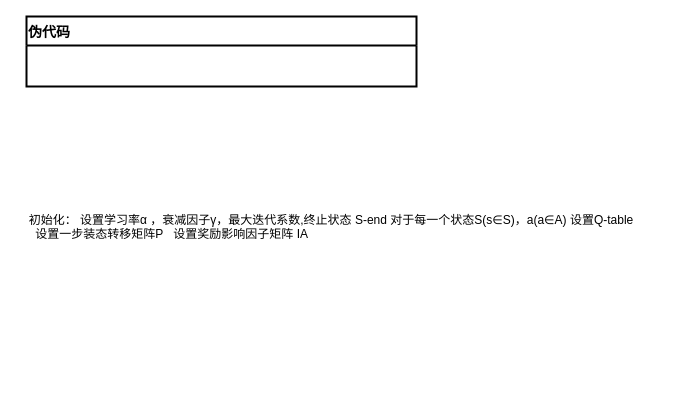
2263464120/2263464120 keeps this draw.io diagram as page "Page-2" (2 of 2) of Untitled Diagram.drawio. Above is the earlier version. Source tidied: cells renumbered, new cells numbered last; positions are measured from the earlier drawing's top-left corner, leaving out a move shared by most shapes. Both pictures are drawn from the tidied source at 100%, with x=0, y=0 at pixel (16, 16).
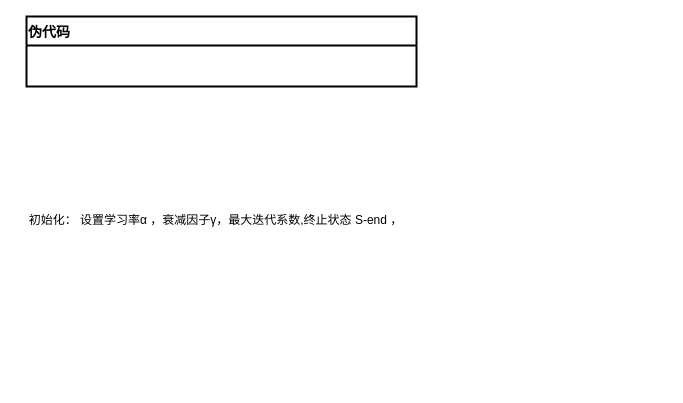
The same diagram, later.

Diff of the diagram source:
```diff
@@
 <mxGraphModel>
   <root>
     <mxCell id="0" />
     <mxCell id="1" parent="0" />
     <mxCell id="2" value="伪代码" style="swimlane;fontStyle=1;horizontal=1;startSize=29;strokeWidth=2;align=left;fontSize=14;" parent="1" vertex="1">
       <mxGeometry x="10" width="390" height="70" as="geometry" />
     </mxCell>
-    <mxCell id="3" value="  初始化： 设置学习率α ，衰减因子γ，最大迭代系数,终止状态 S-end 对于每一个状态S(s∈S)，a(a∈A) 设置Q-table&#10;    设置一步装态转移矩阵P   设置奖励影响因子矩阵 IA &#10;   &#10; &#10;&#10;&#10;&#10;" style="text;strokeColor=none;fillColor=none;align=left;verticalAlign=top;spacingLeft=4;spacingRight=4;overflow=hidden;" parent="1" vertex="1">
-      <mxGeometry y="190" width="650" height="180" as="geometry" />
+    <mxCell id="3" value="  初始化： 设置学习率α ，衰减因子γ，最大迭代系数,终止状态 S-end ，&#10; &#10;&#10;&#10;&#10;" style="text;strokeColor=none;fillColor=none;align=left;verticalAlign=top;spacingLeft=4;spacingRight=4;overflow=hidden;" parent="1" vertex="1">
+      <mxGeometry y="190" width="390" height="180" as="geometry" />
     </mxCell>
   </root>
 </mxGraphModel>
```
